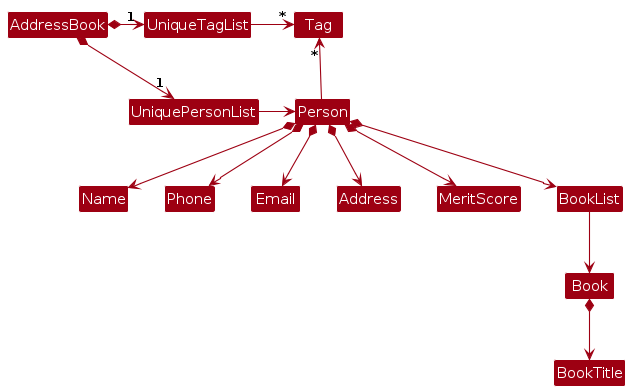
The PlantUML diagram diagrams/BetterModelClassDiagram.png in meowwtama/tp, before a commit. Its source is kept beside it as diagrams/BetterModelClassDiagram.puml.
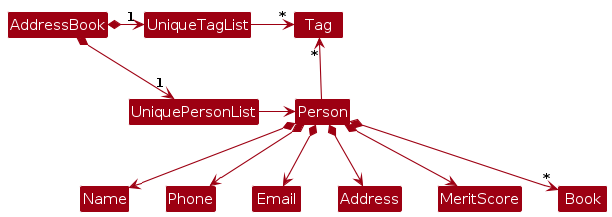
Above is the later version.

What changed in the source:
```diff
@@ -20,9 +20,6 @@
 Person *--> Address
 
 Person *--> MeritScore
-Person *--> BookList
+Person *--> "*" Book
 
-BookList --> Book
-
-Book *--> BookTitle
 @enduml
```
